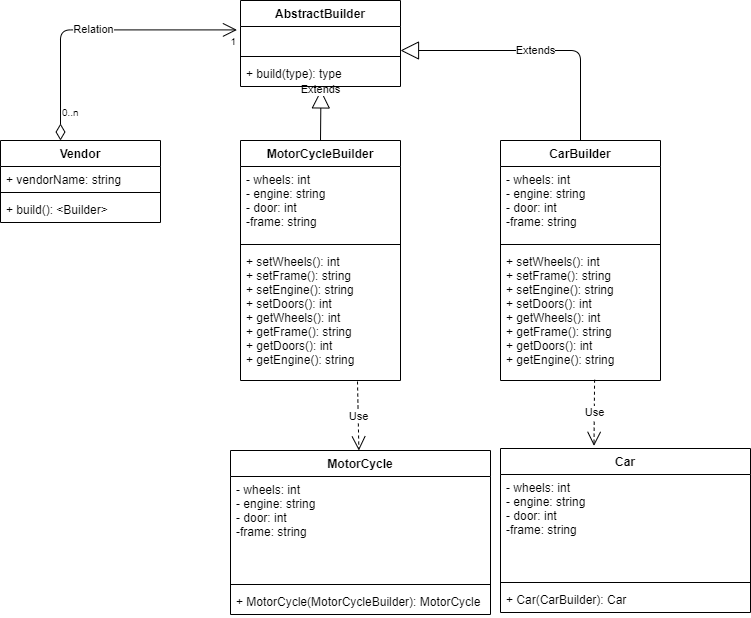
Before: design-patterns/Builder-NodeJS/Builder.png, a diagram exported from draw.io (ChicoState/DesignAndMaintenance). Source tidied: cells renumbered, new cells last; positions are measured from the earlier drawing's top-left corner, leaving out a move shared by most shapes.
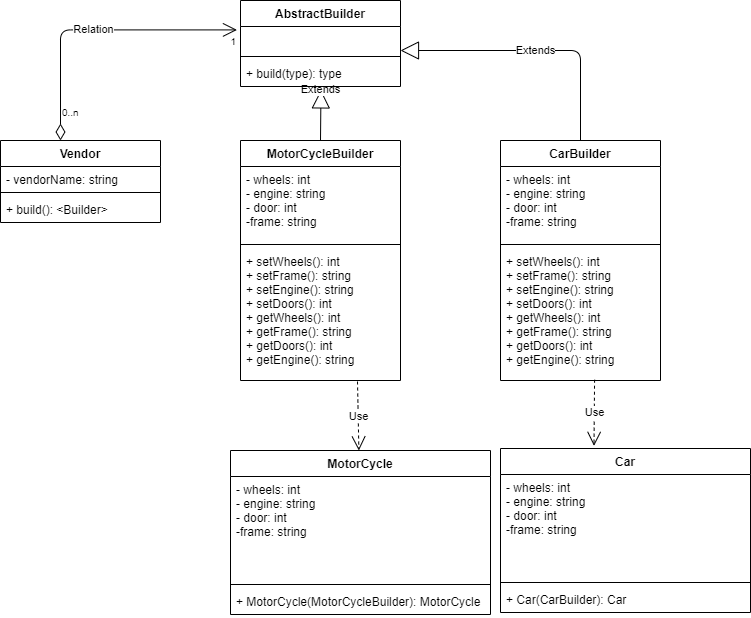
Later version of the same file.

Commit message:
Updating Builder.png in Builder pattern

What changed in the source:
```diff
@@ -5,7 +5,7 @@
     <mxCell id="2" value="Vendor" style="swimlane;fontStyle=1;align=center;verticalAlign=top;horizontal=1;startSize=26;" parent="1" vertex="1">
       <mxGeometry y="140" width="160" height="82" as="geometry" />
     </mxCell>
-    <mxCell id="3" value="+ vendorName: string" style="text;strokeColor=none;fillColor=none;align=left;verticalAlign=top;spacingLeft=4;spacingRight=4;overflow=hidden;" parent="2" vertex="1">
+    <mxCell id="3" value="- vendorName: string" style="text;strokeColor=none;fillColor=none;align=left;verticalAlign=top;spacingLeft=4;spacingRight=4;overflow=hidden;" parent="2" vertex="1">
       <mxGeometry y="26" width="160" height="22" as="geometry" />
     </mxCell>
     <mxCell id="4" style="line;strokeWidth=1;fillColor=none;align=left;verticalAlign=middle;spacingTop=-1;spacingLeft=3;spacingRight=3;labelPosition=right;" parent="2" vertex="1">
```
